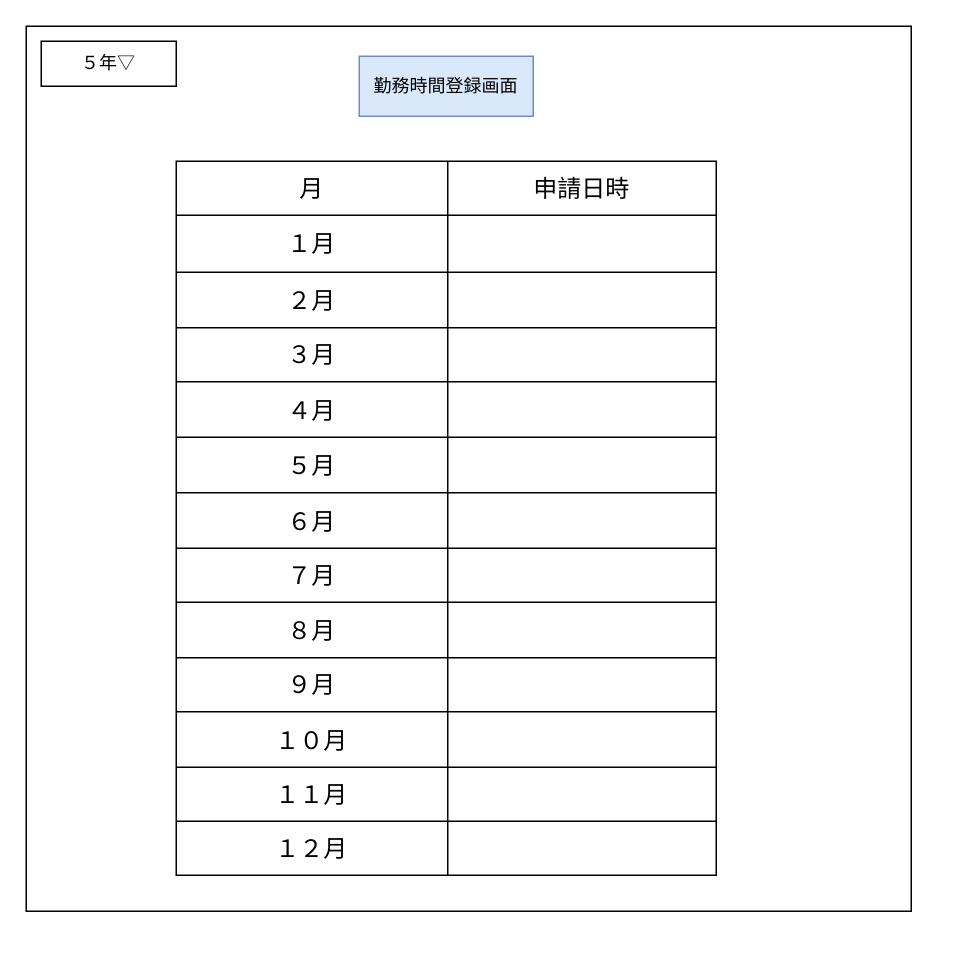
Above: page "申請一覧" (3 of 5) of 3.勤怠管理アプリ/app.drawio in kosyougun/AttendanceManagementDoc (draw.io), before the change. Source tidied: cells renumbered, new cells numbered last; positions are measured from the earlier drawing's top-left corner, leaving out a move shared by most shapes. Both pictures are drawn from the tidied source at 150%, with x=0, y=0 at pixel (26, 26).
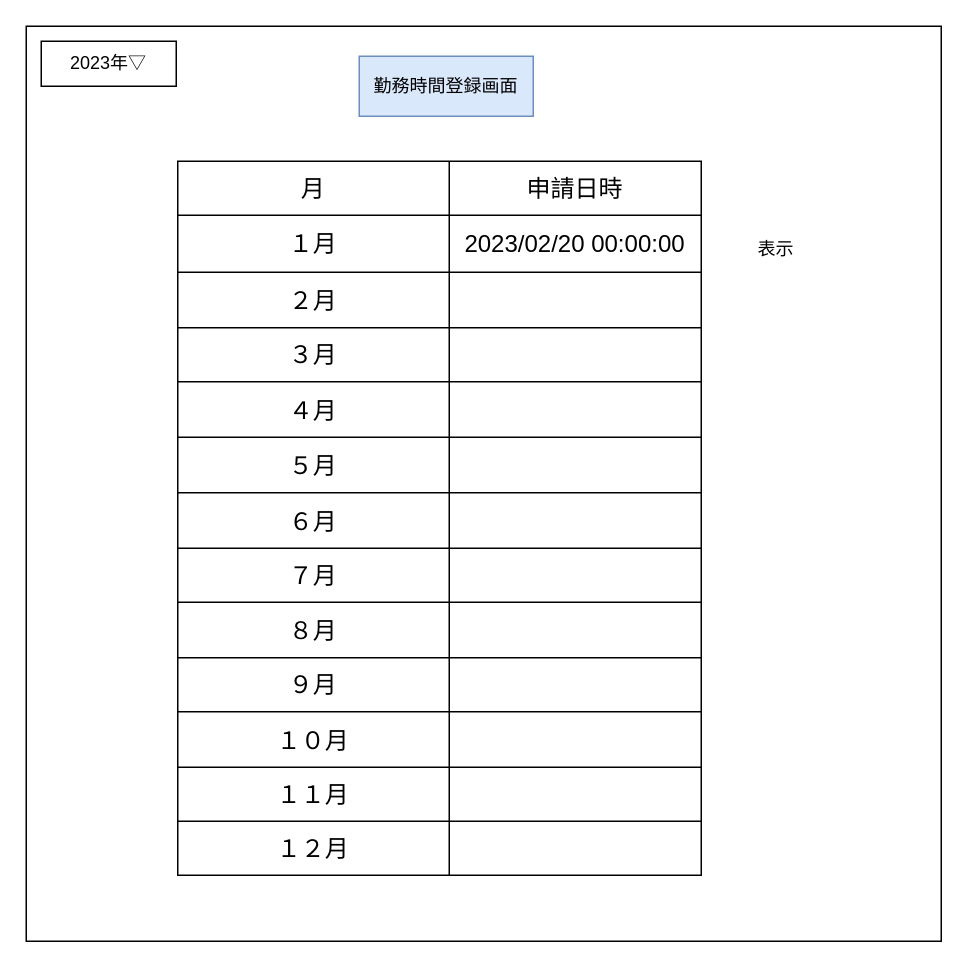
The same page after the edit.

Diff of the diagram source:
```diff
@@
     <mxCell id="2" style="whiteSpace=wrap;html=1;" parent="1" vertex="1">
-      <mxGeometry width="590" height="590" as="geometry" />
+      <mxGeometry width="610" height="610" as="geometry" />
     </mxCell>
-    <mxCell id="3" value="５年▽" style="rounded=0;whiteSpace=wrap;html=1;" parent="1" vertex="1">
+    <mxCell id="3" value="2023年▽" style="rounded=0;whiteSpace=wrap;html=1;" parent="1" vertex="1">
       <mxGeometry x="10" y="10" width="90" height="30" as="geometry" />
     </mxCell>
     <mxCell id="4" style="shape=table;startSize=0;childLayout=tableLayout;fontSize=16;" parent="1" vertex="1">
-      <mxGeometry x="100" y="90" width="360" height="476" as="geometry" />
+      <mxGeometry x="101" y="90" width="349" height="476" as="geometry" />
     </mxCell>
     <mxCell id="5" style="shape=tableRow;horizontal=0;startSize=0;swimlaneHead=0;swimlaneBody=0;strokeColor=inherit;top=0;left=0;bottom=0;right=0;fillColor=none;fontSize=16;" parent="4" vertex="1">
-      <mxGeometry width="360" height="36" as="geometry" />
+      <mxGeometry width="349" height="36" as="geometry" />
     </mxCell>
@@
     <mxCell id="7" value="申請日時" style="shape=partialRectangle;html=1;whiteSpace=wrap;strokeColor=inherit;overflow=hidden;fillColor=none;top=0;left=0;bottom=0;right=0;fontSize=16;" parent="5" vertex="1">
-      <mxGeometry x="181" width="179" height="36" as="geometry" />
+      <mxGeometry x="181" width="168" height="36" as="geometry" />
     </mxCell>
     <mxCell id="8" style="shape=tableRow;horizontal=0;startSize=0;swimlaneHead=0;swimlaneBody=0;strokeColor=inherit;top=0;left=0;bottom=0;right=0;fillColor=none;fontSize=16;" parent="4" vertex="1">
-      <mxGeometry y="36" width="360" height="38" as="geometry" />
+      <mxGeometry y="36" width="349" height="38" as="geometry" />
     </mxCell>
@@
-    <mxCell id="10" style="shape=partialRectangle;html=1;whiteSpace=wrap;strokeColor=inherit;overflow=hidden;fillColor=none;top=0;left=0;bottom=0;right=0;fontSize=16;" parent="8" vertex="1">
-      <mxGeometry x="181" width="179" height="38" as="geometry" />
+    <mxCell id="10" value="2023/02/20 00:00:00" style="shape=partialRectangle;html=1;whiteSpace=wrap;strokeColor=inherit;overflow=hidden;fillColor=none;top=0;left=0;bottom=0;right=0;fontSize=16;" parent="8" vertex="1">
+      <mxGeometry x="181" width="168" height="38" as="geometry" />
     </mxCell>
     <mxCell id="11" style="shape=tableRow;horizontal=0;startSize=0;swimlaneHead=0;swimlaneBody=0;strokeColor=inherit;top=0;left=0;bottom=0;right=0;fillColor=none;fontSize=16;" parent="4" vertex="1">
-      <mxGeometry y="74" width="360" height="37" as="geometry" />
+      <mxGeometry y="74" width="349" height="37" as="geometry" />
     </mxCell>
@@
     <mxCell id="13" style="shape=partialRectangle;html=1;whiteSpace=wrap;strokeColor=inherit;overflow=hidden;fillColor=none;top=0;left=0;bottom=0;right=0;fontSize=16;" parent="11" vertex="1">
-      <mxGeometry x="181" width="179" height="37" as="geometry" />
+      <mxGeometry x="181" width="168" height="37" as="geometry" />
     </mxCell>
     <mxCell id="14" style="shape=tableRow;horizontal=0;startSize=0;swimlaneHead=0;swimlaneBody=0;strokeColor=inherit;top=0;left=0;bottom=0;right=0;fillColor=none;fontSize=16;" parent="4" vertex="1">
-      <mxGeometry y="111" width="360" height="36" as="geometry" />
+      <mxGeometry y="111" width="349" height="36" as="geometry" />
     </mxCell>
@@
     <mxCell id="16" style="shape=partialRectangle;html=1;whiteSpace=wrap;strokeColor=inherit;overflow=hidden;fillColor=none;top=0;left=0;bottom=0;right=0;fontSize=16;" parent="14" vertex="1">
-      <mxGeometry x="181" width="179" height="36" as="geometry" />
+      <mxGeometry x="181" width="168" height="36" as="geometry" />
     </mxCell>
     <mxCell id="17" style="shape=tableRow;horizontal=0;startSize=0;swimlaneHead=0;swimlaneBody=0;strokeColor=inherit;top=0;left=0;bottom=0;right=0;fillColor=none;fontSize=16;" parent="4" vertex="1">
-      <mxGeometry y="147" width="360" height="37" as="geometry" />
+      <mxGeometry y="147" width="349" height="37" as="geometry" />
     </mxCell>
@@
     <mxCell id="19" style="shape=partialRectangle;html=1;whiteSpace=wrap;strokeColor=inherit;overflow=hidden;fillColor=none;top=0;left=0;bottom=0;right=0;fontSize=16;" parent="17" vertex="1">
-      <mxGeometry x="181" width="179" height="37" as="geometry" />
+      <mxGeometry x="181" width="168" height="37" as="geometry" />
     </mxCell>
     <mxCell id="20" style="shape=tableRow;horizontal=0;startSize=0;swimlaneHead=0;swimlaneBody=0;strokeColor=inherit;top=0;left=0;bottom=0;right=0;fillColor=none;fontSize=16;" parent="4" vertex="1">
-      <mxGeometry y="184" width="360" height="37" as="geometry" />
+      <mxGeometry y="184" width="349" height="37" as="geometry" />
     </mxCell>
@@
     <mxCell id="22" style="shape=partialRectangle;html=1;whiteSpace=wrap;strokeColor=inherit;overflow=hidden;fillColor=none;top=0;left=0;bottom=0;right=0;fontSize=16;" parent="20" vertex="1">
-      <mxGeometry x="181" width="179" height="37" as="geometry" />
+      <mxGeometry x="181" width="168" height="37" as="geometry" />
     </mxCell>
     <mxCell id="23" style="shape=tableRow;horizontal=0;startSize=0;swimlaneHead=0;swimlaneBody=0;strokeColor=inherit;top=0;left=0;bottom=0;right=0;fillColor=none;fontSize=16;" parent="4" vertex="1">
-      <mxGeometry y="221" width="360" height="37" as="geometry" />
+      <mxGeometry y="221" width="349" height="37" as="geometry" />
     </mxCell>
@@
     <mxCell id="25" style="shape=partialRectangle;html=1;whiteSpace=wrap;strokeColor=inherit;overflow=hidden;fillColor=none;top=0;left=0;bottom=0;right=0;fontSize=16;" parent="23" vertex="1">
-      <mxGeometry x="181" width="179" height="37" as="geometry" />
+      <mxGeometry x="181" width="168" height="37" as="geometry" />
     </mxCell>
     <mxCell id="26" style="shape=tableRow;horizontal=0;startSize=0;swimlaneHead=0;swimlaneBody=0;strokeColor=inherit;top=0;left=0;bottom=0;right=0;fillColor=none;fontSize=16;" parent="4" vertex="1">
-      <mxGeometry y="258" width="360" height="36" as="geometry" />
+      <mxGeometry y="258" width="349" height="36" as="geometry" />
     </mxCell>
@@
     <mxCell id="28" style="shape=partialRectangle;html=1;whiteSpace=wrap;strokeColor=inherit;overflow=hidden;fillColor=none;top=0;left=0;bottom=0;right=0;fontSize=16;" parent="26" vertex="1">
-      <mxGeometry x="181" width="179" height="36" as="geometry" />
+      <mxGeometry x="181" width="168" height="36" as="geometry" />
     </mxCell>
     <mxCell id="29" style="shape=tableRow;horizontal=0;startSize=0;swimlaneHead=0;swimlaneBody=0;strokeColor=inherit;top=0;left=0;bottom=0;right=0;fillColor=none;fontSize=16;" parent="4" vertex="1">
-      <mxGeometry y="294" width="360" height="37" as="geometry" />
+      <mxGeometry y="294" width="349" height="37" as="geometry" />
     </mxCell>
@@
     <mxCell id="31" style="shape=partialRectangle;html=1;whiteSpace=wrap;strokeColor=inherit;overflow=hidden;fillColor=none;top=0;left=0;bottom=0;right=0;fontSize=16;" parent="29" vertex="1">
-      <mxGeometry x="181" width="179" height="37" as="geometry" />
+      <mxGeometry x="181" width="168" height="37" as="geometry" />
     </mxCell>
     <mxCell id="32" style="shape=tableRow;horizontal=0;startSize=0;swimlaneHead=0;swimlaneBody=0;strokeColor=inherit;top=0;left=0;bottom=0;right=0;fillColor=none;fontSize=16;" parent="4" vertex="1">
-      <mxGeometry y="331" width="360" height="36" as="geometry" />
+      <mxGeometry y="331" width="349" height="36" as="geometry" />
     </mxCell>
@@
     <mxCell id="34" style="shape=partialRectangle;html=1;whiteSpace=wrap;strokeColor=inherit;overflow=hidden;fillColor=none;top=0;left=0;bottom=0;right=0;fontSize=16;" parent="32" vertex="1">
-      <mxGeometry x="181" width="179" height="36" as="geometry" />
+      <mxGeometry x="181" width="168" height="36" as="geometry" />
     </mxCell>
     <mxCell id="35" style="shape=tableRow;horizontal=0;startSize=0;swimlaneHead=0;swimlaneBody=0;strokeColor=inherit;top=0;left=0;bottom=0;right=0;fillColor=none;fontSize=16;" parent="4" vertex="1">
-      <mxGeometry y="367" width="360" height="37" as="geometry" />
+      <mxGeometry y="367" width="349" height="37" as="geometry" />
     </mxCell>
@@
     <mxCell id="37" style="shape=partialRectangle;html=1;whiteSpace=wrap;strokeColor=inherit;overflow=hidden;fillColor=none;top=0;left=0;bottom=0;right=0;fontSize=16;" parent="35" vertex="1">
-      <mxGeometry x="181" width="179" height="37" as="geometry" />
+      <mxGeometry x="181" width="168" height="37" as="geometry" />
     </mxCell>
     <mxCell id="38" style="shape=tableRow;horizontal=0;startSize=0;swimlaneHead=0;swimlaneBody=0;strokeColor=inherit;top=0;left=0;bottom=0;right=0;fillColor=none;fontSize=16;" parent="4" vertex="1">
-      <mxGeometry y="404" width="360" height="36" as="geometry" />
+      <mxGeometry y="404" width="349" height="36" as="geometry" />
     </mxCell>
@@
     <mxCell id="40" style="shape=partialRectangle;html=1;whiteSpace=wrap;strokeColor=inherit;overflow=hidden;fillColor=none;top=0;left=0;bottom=0;right=0;fontSize=16;" parent="38" vertex="1">
-      <mxGeometry x="181" width="179" height="36" as="geometry" />
+      <mxGeometry x="181" width="168" height="36" as="geometry" />
     </mxCell>
     <mxCell id="41" style="shape=tableRow;horizontal=0;startSize=0;swimlaneHead=0;swimlaneBody=0;strokeColor=inherit;top=0;left=0;bottom=0;right=0;fillColor=none;fontSize=16;" parent="4" vertex="1">
-      <mxGeometry y="440" width="360" height="36" as="geometry" />
+      <mxGeometry y="440" width="349" height="36" as="geometry" />
     </mxCell>
@@
     <mxCell id="43" style="shape=partialRectangle;html=1;whiteSpace=wrap;strokeColor=inherit;overflow=hidden;fillColor=none;top=0;left=0;bottom=0;right=0;fontSize=16;" parent="41" vertex="1">
-      <mxGeometry x="181" width="179" height="36" as="geometry" />
+      <mxGeometry x="181" width="168" height="36" as="geometry" />
     </mxCell>
@@
+    <mxCell id="45" value="表示" style="text;html=1;strokeColor=none;fillColor=none;align=center;verticalAlign=middle;whiteSpace=wrap;rounded=0;" parent="1" vertex="1">
+      <mxGeometry x="470" y="134" width="60" height="30" as="geometry" />
+    </mxCell>
```
